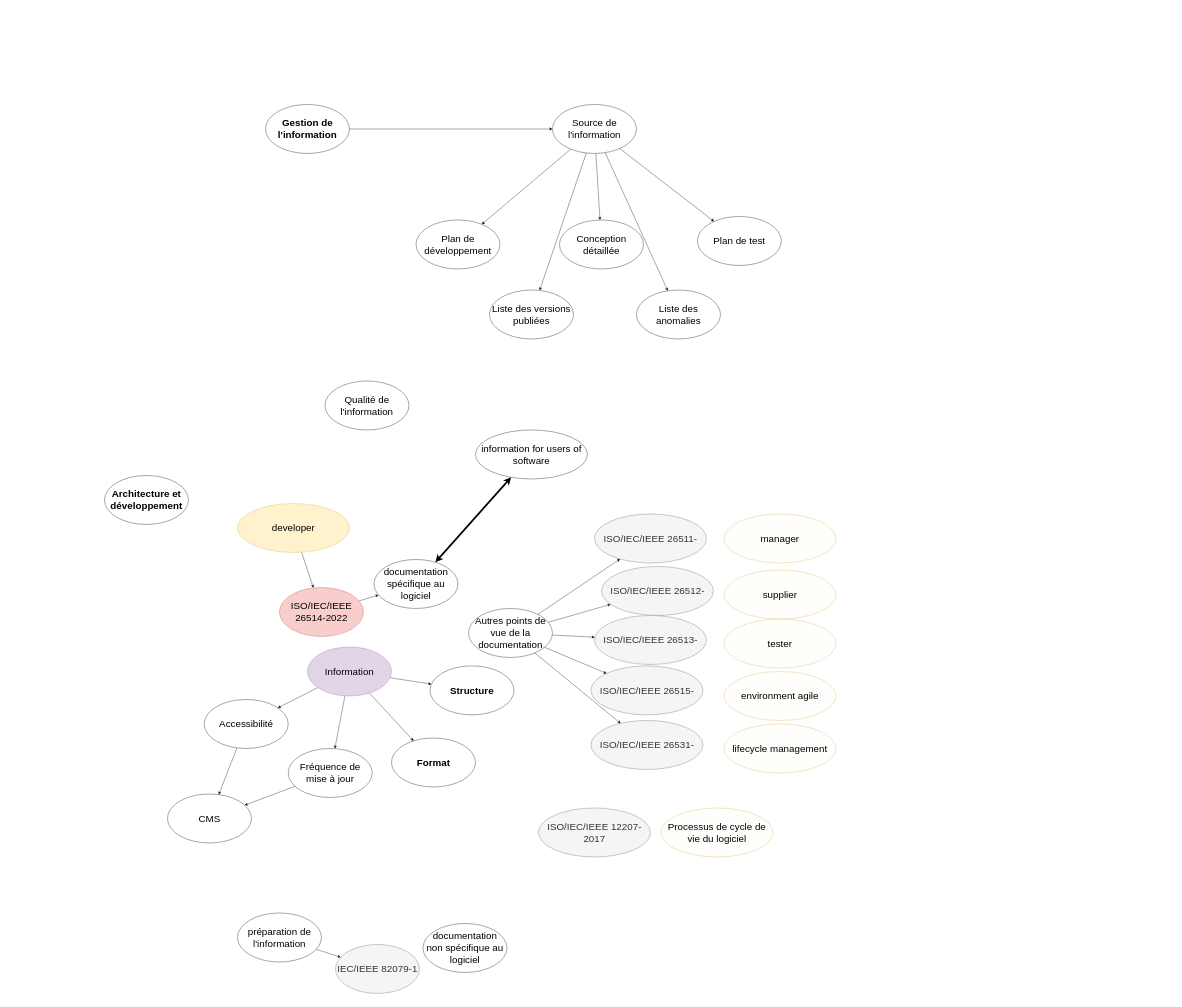
argonaultes-public/mindmap-iso-iec-ieee-26514-2022 keeps this draw.io diagram as mindmap-isoiecieee-26514-2022.drawio. Above is the earlier version. Source tidied: cells renumbered, new cells numbered last; positions are measured from the earlier drawing's top-left corner, leaving out a move shared by most shapes. Both pictures are drawn from the tidied source at 35%, with x=0, y=0 at pixel (104, 104).
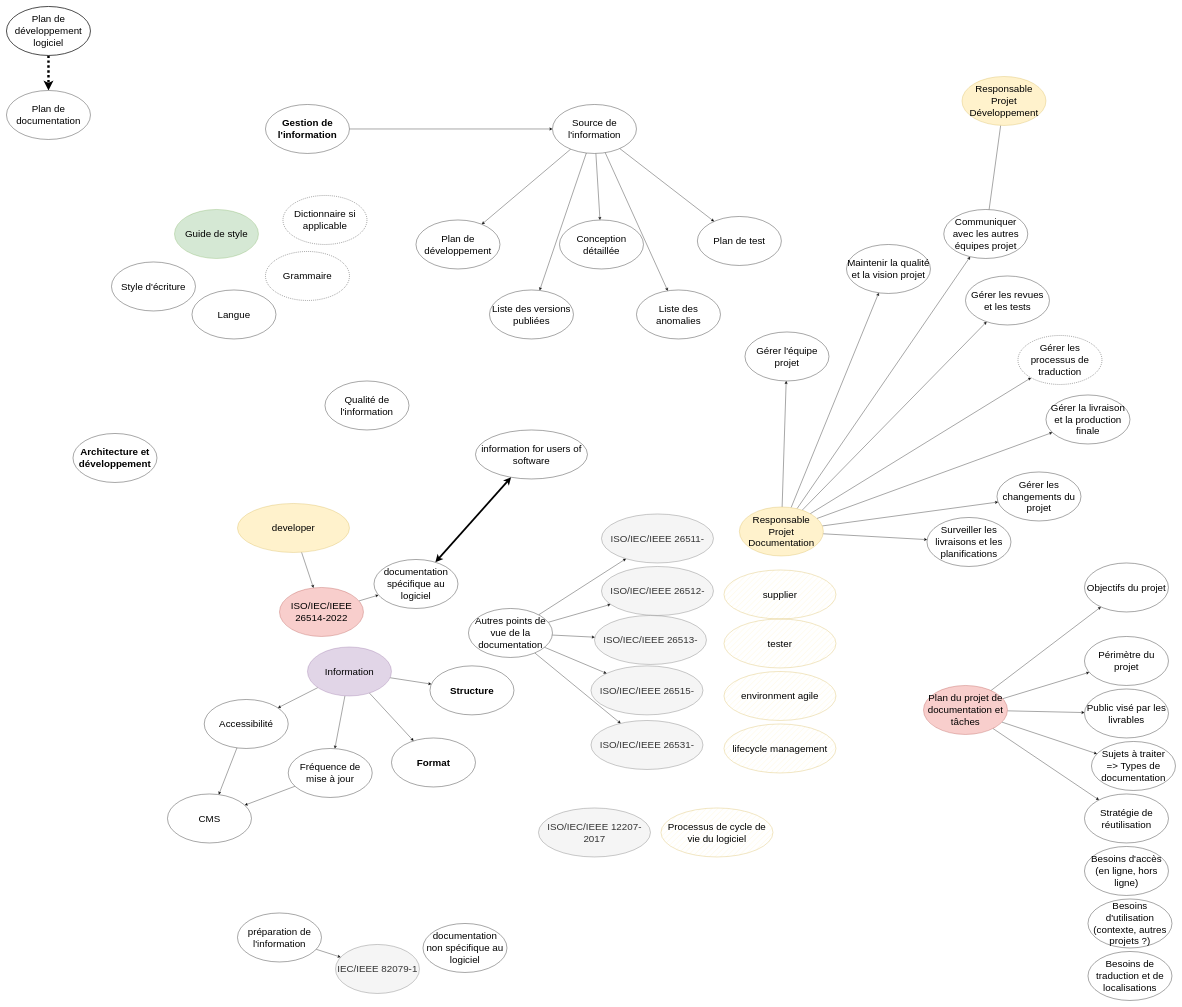
Above is the later version.

Change to the diagram source:
```diff
@@
     <mxCell id="2" value="Architecture et développement" style="ellipse;whiteSpace=wrap;html=1;strokeColor=default;align=center;verticalAlign=middle;fontFamily=Helvetica;fontSize=28;fontColor=default;fillColor=default;fontStyle=1;" parent="1" vertex="1">
-      <mxGeometry y="1060" width="240" height="140" as="geometry" />
+      <mxGeometry x="-90" y="940" width="240" height="140" as="geometry" />
     </mxCell>
@@
     <mxCell id="20" value="ISO/IEC/IEEE 26511-" style="ellipse;whiteSpace=wrap;html=1;strokeColor=#666666;align=center;verticalAlign=middle;fontFamily=Helvetica;fontSize=28;fontColor=#333333;fillColor=#f5f5f5;" parent="1" vertex="1">
-      <mxGeometry x="1400" y="1170" width="320" height="140" as="geometry" />
+      <mxGeometry x="1420" y="1170" width="320" height="140" as="geometry" />
     </mxCell>
@@
-    <mxCell id="36" value="manager" style="ellipse;whiteSpace=wrap;html=1;strokeColor=#d6b656;align=center;verticalAlign=middle;fontFamily=Helvetica;fontSize=28;fillColor=#fff2cc;fillStyle=hatch;" parent="1" vertex="1">
-      <mxGeometry x="1770" y="1170" width="320" height="140" as="geometry" />
-    </mxCell>
@@
+    <mxCell id="58" value="Guide de style" style="ellipse;whiteSpace=wrap;html=1;strokeColor=#82b366;align=center;verticalAlign=middle;fontFamily=Helvetica;fontSize=28;fillColor=#d5e8d4;" parent="1" vertex="1">
+      <mxGeometry x="200" y="300" width="240" height="140" as="geometry" />
+    </mxCell>
+    <mxCell id="59" value="Style d'écriture" style="ellipse;whiteSpace=wrap;html=1;strokeColor=default;align=center;verticalAlign=middle;fontFamily=Helvetica;fontSize=28;fontColor=default;fillColor=default;" parent="1" vertex="1">
+      <mxGeometry x="20" y="450" width="240" height="140" as="geometry" />
+    </mxCell>
+    <mxCell id="60" value="Langue" style="ellipse;whiteSpace=wrap;html=1;strokeColor=default;align=center;verticalAlign=middle;fontFamily=Helvetica;fontSize=28;fontColor=default;fillColor=default;" parent="1" vertex="1">
+      <mxGeometry x="250" y="530" width="240" height="140" as="geometry" />
+    </mxCell>
+    <mxCell id="61" value="Dictionnaire si applicable" style="ellipse;whiteSpace=wrap;html=1;strokeColor=default;align=center;verticalAlign=middle;fontFamily=Helvetica;fontSize=28;fontColor=default;fillColor=default;dashed=1;" parent="1" vertex="1">
+      <mxGeometry x="510" y="260" width="240" height="140" as="geometry" />
+    </mxCell>
+    <mxCell id="62" value="Grammaire" style="ellipse;whiteSpace=wrap;html=1;strokeColor=default;align=center;verticalAlign=middle;fontFamily=Helvetica;fontSize=28;fontColor=default;fillColor=default;dashed=1;" parent="1" vertex="1">
+      <mxGeometry x="460" y="420" width="240" height="140" as="geometry" />
+    </mxCell>
+    <mxCell id="63" style="rounded=0;jettySize=auto;html=1;" parent="1" edge="1" source="71" target="77">
+      <mxGeometry relative="1" as="geometry" />
+    </mxCell>
+    <mxCell id="64" style="rounded=0;jettySize=auto;html=1;" parent="1" edge="1" source="71" target="76">
+      <mxGeometry relative="1" as="geometry" />
+    </mxCell>
+    <mxCell id="65" style="rounded=0;jettySize=auto;html=1;" parent="1" edge="1" source="71" target="74">
+      <mxGeometry relative="1" as="geometry" />
+    </mxCell>
+    <mxCell id="66" style="rounded=0;jettySize=auto;html=1;" parent="1" edge="1" source="71" target="75">
+      <mxGeometry relative="1" as="geometry" />
+    </mxCell>
+    <mxCell id="67" style="rounded=0;jettySize=auto;html=1;" parent="1" edge="1" source="71" target="78">
+      <mxGeometry relative="1" as="geometry" />
+    </mxCell>
+    <mxCell id="68" style="rounded=0;jettySize=auto;html=1;" parent="1" edge="1" source="71" target="81">
+      <mxGeometry relative="1" as="geometry" />
+    </mxCell>
+    <mxCell id="69" style="rounded=0;jettySize=auto;html=1;" parent="1" edge="1" source="71" target="80">
+      <mxGeometry relative="1" as="geometry" />
+    </mxCell>
+    <mxCell id="70" style="rounded=0;jettySize=auto;html=1;" parent="1" edge="1" source="71" target="79">
+      <mxGeometry relative="1" as="geometry" />
+    </mxCell>
+    <mxCell id="71" value="Responsable Projet Documentation" style="ellipse;whiteSpace=wrap;html=1;strokeColor=#d6b656;align=center;verticalAlign=middle;fontFamily=Helvetica;fontSize=28;fillColor=#fff2cc;" parent="1" vertex="1">
+      <mxGeometry x="1814" y="1150" width="240" height="140" as="geometry" />
+    </mxCell>
+    <mxCell id="72" style="rounded=0;jettySize=auto;html=1;endArrow=none;endFill=0;" parent="1" edge="1" source="73" target="77">
+      <mxGeometry relative="1" as="geometry" />
+    </mxCell>
+    <mxCell id="73" value="Responsable Projet Développement" style="ellipse;whiteSpace=wrap;html=1;strokeColor=#d6b656;align=center;verticalAlign=middle;fontFamily=Helvetica;fontSize=28;fillColor=#fff2cc;" parent="1" vertex="1">
+      <mxGeometry x="2450" y="-80" width="240" height="140" as="geometry" />
+    </mxCell>
+    <mxCell id="74" value="Gérer l'équipe projet" style="ellipse;whiteSpace=wrap;html=1;strokeColor=default;align=center;verticalAlign=middle;fontFamily=Helvetica;fontSize=28;fontColor=default;fillColor=default;" parent="1" vertex="1">
+      <mxGeometry x="1830" y="650" width="240" height="140" as="geometry" />
+    </mxCell>
+    <mxCell id="75" value="Surveiller les livraisons et les planifications" style="ellipse;whiteSpace=wrap;html=1;strokeColor=default;align=center;verticalAlign=middle;fontFamily=Helvetica;fontSize=28;fontColor=default;fillColor=default;" parent="1" vertex="1">
+      <mxGeometry x="2350" y="1180" width="240" height="140" as="geometry" />
+    </mxCell>
+    <mxCell id="76" value="Maintenir la qualité et la vision projet" style="ellipse;whiteSpace=wrap;html=1;strokeColor=default;align=center;verticalAlign=middle;fontFamily=Helvetica;fontSize=28;fontColor=default;fillColor=default;" parent="1" vertex="1">
+      <mxGeometry x="2120" y="400" width="240" height="140" as="geometry" />
+    </mxCell>
+    <mxCell id="77" value="Communiquer avec les autres équipes projet" style="ellipse;whiteSpace=wrap;html=1;strokeColor=default;align=center;verticalAlign=middle;fontFamily=Helvetica;fontSize=28;fontColor=default;fillColor=default;" parent="1" vertex="1">
+      <mxGeometry x="2398" y="300" width="240" height="140" as="geometry" />
+    </mxCell>
+    <mxCell id="78" value="Gérer les changements du projet" style="ellipse;whiteSpace=wrap;html=1;strokeColor=default;align=center;verticalAlign=middle;fontFamily=Helvetica;fontSize=28;fontColor=default;fillColor=default;" parent="1" vertex="1">
+      <mxGeometry x="2550" y="1050" width="240" height="140" as="geometry" />
+    </mxCell>
+    <mxCell id="79" value="Gérer les revues et les tests" style="ellipse;whiteSpace=wrap;html=1;strokeColor=default;align=center;verticalAlign=middle;fontFamily=Helvetica;fontSize=28;fontColor=default;fillColor=default;" parent="1" vertex="1">
+      <mxGeometry x="2460" y="490" width="240" height="140" as="geometry" />
+    </mxCell>
+    <mxCell id="80" value="Gérer les processus de traduction" style="ellipse;whiteSpace=wrap;html=1;strokeColor=default;align=center;verticalAlign=middle;fontFamily=Helvetica;fontSize=28;fontColor=default;fillColor=default;dashed=1;" parent="1" vertex="1">
+      <mxGeometry x="2610" y="660" width="240" height="140" as="geometry" />
+    </mxCell>
+    <mxCell id="81" value="Gérer la livraison et la production finale" style="ellipse;whiteSpace=wrap;html=1;strokeColor=default;align=center;verticalAlign=middle;fontFamily=Helvetica;fontSize=28;fontColor=default;fillColor=default;" parent="1" vertex="1">
+      <mxGeometry x="2690" y="830" width="240" height="140" as="geometry" />
+    </mxCell>
+    <mxCell id="82" style="edgeStyle=orthogonalEdgeStyle;rounded=0;jettySize=auto;html=1;strokeWidth=7;dashed=1;dashPattern=1 1;" parent="1" edge="1" source="83" target="84">
+      <mxGeometry relative="1" as="geometry" />
+    </mxCell>
+    <mxCell id="83" value="Plan de développement logiciel" style="ellipse;whiteSpace=wrap;html=1;strokeColor=default;align=center;verticalAlign=middle;fontFamily=Helvetica;fontSize=28;fontColor=default;fillColor=default;strokeWidth=2;" parent="1" vertex="1">
+      <mxGeometry x="-280" y="-280" width="240" height="140" as="geometry" />
+    </mxCell>
+    <mxCell id="84" value="Plan de documentation" style="ellipse;whiteSpace=wrap;html=1;strokeColor=default;align=center;verticalAlign=middle;fontFamily=Helvetica;fontSize=28;fontColor=default;fillColor=default;" parent="1" vertex="1">
+      <mxGeometry x="-280" y="-40" width="240" height="140" as="geometry" />
+    </mxCell>
+    <mxCell id="85" style="rounded=0;jettySize=auto;html=1;" parent="1" edge="1" source="90" target="91">
+      <mxGeometry relative="1" as="geometry" />
+    </mxCell>
+    <mxCell id="86" style="rounded=0;jettySize=auto;html=1;" parent="1" edge="1" source="90" target="92">
+      <mxGeometry relative="1" as="geometry" />
+    </mxCell>
+    <mxCell id="87" style="rounded=0;jettySize=auto;html=1;" parent="1" edge="1" source="90" target="93">
+      <mxGeometry relative="1" as="geometry" />
+    </mxCell>
+    <mxCell id="88" style="rounded=0;jettySize=auto;html=1;" parent="1" edge="1" source="90" target="94">
+      <mxGeometry relative="1" as="geometry" />
+    </mxCell>
+    <mxCell id="89" style="rounded=0;jettySize=auto;html=1;" parent="1" edge="1" source="90" target="95">
+      <mxGeometry relative="1" as="geometry" />
+    </mxCell>
+    <mxCell id="90" value="Plan du projet de documentation et tâches" style="ellipse;whiteSpace=wrap;html=1;strokeColor=#b85450;align=center;verticalAlign=middle;fontFamily=Helvetica;fontSize=28;fillColor=#f8cecc;" parent="1" vertex="1">
+      <mxGeometry x="2340" y="1660" width="240" height="140" as="geometry" />
+    </mxCell>
+    <mxCell id="91" value="Objectifs du projet" style="ellipse;whiteSpace=wrap;html=1;strokeColor=default;align=center;verticalAlign=middle;fontFamily=Helvetica;fontSize=28;fontColor=default;fillColor=default;" parent="1" vertex="1">
+      <mxGeometry x="2800" y="1310" width="240" height="140" as="geometry" />
+    </mxCell>
+    <mxCell id="92" value="Périmètre du projet" style="ellipse;whiteSpace=wrap;html=1;strokeColor=default;align=center;verticalAlign=middle;fontFamily=Helvetica;fontSize=28;fontColor=default;fillColor=default;" parent="1" vertex="1">
+      <mxGeometry x="2800" y="1520" width="240" height="140" as="geometry" />
+    </mxCell>
+    <mxCell id="93" value="Public visé par les livrables" style="ellipse;whiteSpace=wrap;html=1;strokeColor=default;align=center;verticalAlign=middle;fontFamily=Helvetica;fontSize=28;fontColor=default;fillColor=default;" parent="1" vertex="1">
+      <mxGeometry x="2800" y="1670" width="240" height="140" as="geometry" />
+    </mxCell>
+    <mxCell id="94" value="&lt;div&gt;Sujets à traiter&lt;/div&gt;&lt;div&gt;=&amp;gt; Types de documentation&lt;br&gt;&lt;/div&gt;" style="ellipse;whiteSpace=wrap;html=1;strokeColor=default;align=center;verticalAlign=middle;fontFamily=Helvetica;fontSize=28;fontColor=default;fillColor=default;" parent="1" vertex="1">
+      <mxGeometry x="2820" y="1820" width="240" height="140" as="geometry" />
+    </mxCell>
+    <mxCell id="95" value="Stratégie de réutilisation" style="ellipse;whiteSpace=wrap;html=1;strokeColor=default;align=center;verticalAlign=middle;fontFamily=Helvetica;fontSize=28;fontColor=default;fillColor=default;" parent="1" vertex="1">
+      <mxGeometry x="2800" y="1970" width="240" height="140" as="geometry" />
+    </mxCell>
+    <mxCell id="96" value="Besoins d'accès&lt;br&gt;(en ligne, hors ligne)" style="ellipse;whiteSpace=wrap;html=1;strokeColor=default;align=center;verticalAlign=middle;fontFamily=Helvetica;fontSize=28;fontColor=default;fillColor=default;" parent="1" vertex="1">
+      <mxGeometry x="2800" y="2120" width="240" height="140" as="geometry" />
+    </mxCell>
+    <mxCell id="97" value="Besoins d'utilisation (contexte, autres projets ?)" style="ellipse;whiteSpace=wrap;html=1;strokeColor=default;align=center;verticalAlign=middle;fontFamily=Helvetica;fontSize=28;fontColor=default;fillColor=default;" parent="1" vertex="1">
+      <mxGeometry x="2810" y="2270" width="240" height="140" as="geometry" />
+    </mxCell>
+    <mxCell id="98" value="Besoins de traduction et de localisations" style="ellipse;whiteSpace=wrap;html=1;strokeColor=default;align=center;verticalAlign=middle;fontFamily=Helvetica;fontSize=28;fontColor=default;fillColor=default;" parent="1" vertex="1">
+      <mxGeometry x="2810" y="2420" width="240" height="140" as="geometry" />
+    </mxCell>
```
